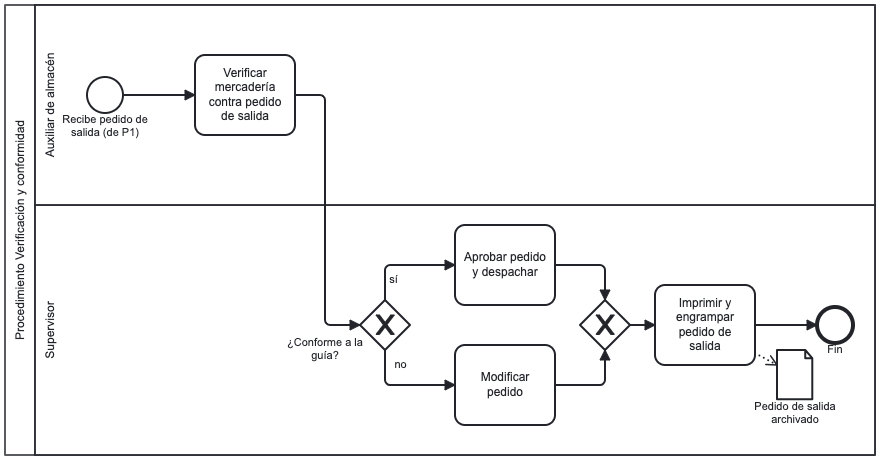
This is docs/entregable_3/imagenes/des_p2_verificacion.png from DGO2022/procesos-cologistic, a BPMN export, as it was before one commit. Its source is kept beside it as macro-operativos/despacho/des_p2_verificacion.bpmn. Ids are renumbered.
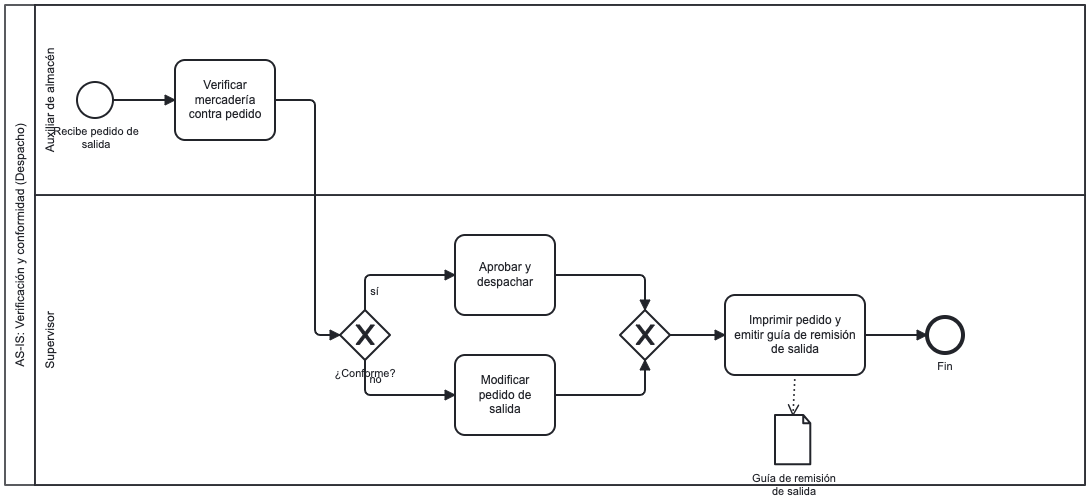
The same diagram one commit later.

Diff of the diagram source:
```diff
@@ -1,173 +1,176 @@
-<bpmn:definitions xmlns:bpmn="http://www.omg.org/spec/BPMN/20100524/MODEL" xmlns:bpmndi="http://www.omg.org/spec/BPMN/20100524/DI" xmlns:dc="http://www.omg.org/spec/DD/20100524/DC" xmlns:di="http://www.omg.org/spec/DD/20100524/DI" id="Definitions_1" targetNamespace="http://bpmn.io/schema/bpmn" exporter="Camunda Modeler" exporterVersion="5.22.0" xmlns:zeebe="http://camunda.org/schema/zeebe/1.0" modeler:executionPlatform="Camunda Cloud" modeler:executionPlatformVersion="8.9.0">
+<bpmn:definitions
+  xmlns:bpmn="http://www.omg.org/spec/BPMN/20100524/MODEL"
+
+  xmlns:bpmndi="http://www.omg.org/spec/BPMN/20100524/DI"
+
+  xmlns:dc="http://www.omg.org/spec/DD/20100524/DC"
+
+  xmlns:di="http://www.omg.org/spec/DD/20100524/DI"
+  id="Definitions_1" targetNamespace="http://bpmn.io/schema/bpmn"
+  exporter="Camunda Modeler" exporterVersion="5.22.0"
+  xmlns:zeebe="http://camunda.org/schema/zeebe/1.0" modeler:executionPlatform="Camunda Cloud" modeler:executionPlatformVersion="8.9.0">
   <bpmn:collaboration id="Collaboration_1">
-    <bpmn:participant id="Participant_1" name="Procedimiento Verificación y conformidad" processRef="Process_Despacho_Verificacion" />
+    <bpmn:participant id="Participant_1" name="AS-IS: Verificación y conformidad (Despacho)" processRef="Proc_des_p2" />
   </bpmn:collaboration>
-  <bpmn:process id="Process_Despacho_Verificacion" isExecutable="true">
-    <bpmn:documentation>Co Logistic SAC — Proceso: Despacho de mercadería
-Procedimiento 2: Verificación y conformidad
-Fuente: 2-Despacho.txt (fragmento "Lo demás es el mismo proceso. Si hay que modificar, se modifica... se despacha el sistema igual."), 10-Explicacion_de_reporte-adjuntar-a-guia.txt
-Elementos BPMN representados:
-  - Tarea de recepción (Receive Task, continúa de P1)
-  - Tareas (Task)
-  - Compuerta exclusiva (Exclusive Gateway / XOR) de conformidad
-  - Artefacto de datos / Data Object (pedido de salida + guía engrampados)
-  - Evento de fin (End Event)
-  - Pools/Lanes: Auxiliar de almacén, Supervisor
-Nota: misma estructura que Recepción P2; cambia únicamente la nomenclatura del documento (pedido de salida / P.S. en vez de pedido de ingreso)</bpmn:documentation>
+  <bpmn:process id="Proc_des_p2" isExecutable="true">
+    <bpmn:documentation>AS-IS — Despacho P2. Al final del proceso se emite la guía de remisión de salida para que el transportista pueda retirar la mercadería legalmente.</bpmn:documentation>
     <bpmn:laneSet id="LaneSet_1">
-      <bpmn:lane id="Lane_Auxiliar_Almacen" name="Auxiliar de almacén">
-        <bpmn:flowNodeRef>StartEvent_1</bpmn:flowNodeRef>
-        <bpmn:flowNodeRef>Task_1</bpmn:flowNodeRef>
+      <bpmn:lane id="LAux" name="Auxiliar de almacén">
+        <bpmn:flowNodeRef>Start_1</bpmn:flowNodeRef>
+        <bpmn:flowNodeRef>T1</bpmn:flowNodeRef>
       </bpmn:lane>
-      <bpmn:lane id="Lane_Supervisor" name="Supervisor">
-        <bpmn:flowNodeRef>Gateway_1</bpmn:flowNodeRef>
-        <bpmn:flowNodeRef>Gateway_n1</bpmn:flowNodeRef>
-        <bpmn:flowNodeRef>EndEvent_1</bpmn:flowNodeRef>
-        <bpmn:flowNodeRef>Task_4</bpmn:flowNodeRef>
-        <bpmn:flowNodeRef>Task_2</bpmn:flowNodeRef>
-        <bpmn:flowNodeRef>Task_3</bpmn:flowNodeRef>
+      <bpmn:lane id="LS" name="Supervisor">
+        <bpmn:flowNodeRef>GW1</bpmn:flowNodeRef>
+        <bpmn:flowNodeRef>T2</bpmn:flowNodeRef>
+        <bpmn:flowNodeRef>T3</bpmn:flowNodeRef>
+        <bpmn:flowNodeRef>GW_join</bpmn:flowNodeRef>
+        <bpmn:flowNodeRef>T4</bpmn:flowNodeRef>
+        <bpmn:flowNodeRef>End_1</bpmn:flowNodeRef>
       </bpmn:lane>
     </bpmn:laneSet>
-    <bpmn:startEvent id="StartEvent_1" name="Recibe pedido de salida (de P1)">
-      <bpmn:outgoing>Flow_1</bpmn:outgoing>
+    <bpmn:dataObject id="DO_guia_sal" name="Guía de remisión de salida"/>
+    <bpmn:dataObjectReference id="DOR_guia_sal" name="Guía de remisión de salida" dataObjectRef="DO_guia_sal"/>
+    <bpmn:startEvent id="Start_1" name="Recibe pedido de salida">
+      <bpmn:outgoing>F1</bpmn:outgoing>
     </bpmn:startEvent>
-    <bpmn:task id="Task_1" name="Verificar mercadería contra pedido de salida">
-      <bpmn:incoming>Flow_1</bpmn:incoming>
-      <bpmn:outgoing>Flow_2</bpmn:outgoing>
+    <bpmn:task id="T1" name="Verificar mercadería contra pedido">
+      <bpmn:incoming>F1</bpmn:incoming>
+      <bpmn:outgoing>F2</bpmn:outgoing>
     </bpmn:task>
-    <bpmn:exclusiveGateway id="Gateway_1" name="¿Conforme a la guía?">
-      <bpmn:incoming>Flow_2</bpmn:incoming>
-      <bpmn:outgoing>Flow_3_si</bpmn:outgoing>
-      <bpmn:outgoing>Flow_4_no</bpmn:outgoing>
+    <bpmn:exclusiveGateway id="GW1" name="¿Conforme?">
+      <bpmn:incoming>F2</bpmn:incoming>
+      <bpmn:outgoing>F3_si</bpmn:outgoing>
+      <bpmn:outgoing>F4_no</bpmn:outgoing>
     </bpmn:exclusiveGateway>
-    <bpmn:sequenceFlow id="Flow_1" sourceRef="StartEvent_1" targetRef="Task_1" />
-    <bpmn:sequenceFlow id="Flow_2" sourceRef="Task_1" targetRef="Gateway_1" />
-    <bpmn:sequenceFlow id="Flow_3_si" name="sí" sourceRef="Gateway_1" targetRef="Task_2" />
-    <bpmn:sequenceFlow id="Flow_4_no" name="no" sourceRef="Gateway_1" targetRef="Task_3" />
-    <bpmn:sequenceFlow id="Flow_5" sourceRef="Task_2" targetRef="Gateway_n1" />
-    <bpmn:exclusiveGateway id="Gateway_n1">
-      <bpmn:incoming>Flow_5</bpmn:incoming>
-      <bpmn:incoming>Flow_n2</bpmn:incoming>
-      <bpmn:outgoing>Flow_n3</bpmn:outgoing>
+    <bpmn:task id="T2" name="Aprobar y despachar">
+      <bpmn:incoming>F3_si</bpmn:incoming>
+      <bpmn:outgoing>F5</bpmn:outgoing>
+    </bpmn:task>
+    <bpmn:task id="T3" name="Modificar pedido de salida">
+      <bpmn:incoming>F4_no</bpmn:incoming>
+      <bpmn:outgoing>F6</bpmn:outgoing>
+    </bpmn:task>
+    <bpmn:exclusiveGateway id="GW_join">
+      <bpmn:incoming>F5</bpmn:incoming>
+      <bpmn:incoming>F6</bpmn:incoming>
+      <bpmn:outgoing>F7</bpmn:outgoing>
     </bpmn:exclusiveGateway>
-    <bpmn:sequenceFlow id="Flow_n2" sourceRef="Task_3" targetRef="Gateway_n1" />
-    <bpmn:sequenceFlow id="Flow_n3" sourceRef="Gateway_n1" targetRef="Task_4" />
-    <bpmn:endEvent id="EndEvent_1" name="Fin">
-      <bpmn:incoming>Flow_7</bpmn:incoming>
-    </bpmn:endEvent>
-    <bpmn:task id="Task_4" name="Imprimir y engrampar pedido de salida">
-      <bpmn:incoming>Flow_n3</bpmn:incoming>
-      <bpmn:outgoing>Flow_7</bpmn:outgoing>
-      <bpmn:dataOutputAssociation id="DataOutputAssociation_1">
-        <bpmn:targetRef>DataObjectReference_1</bpmn:targetRef>
+    <bpmn:task id="T4" name="Imprimir pedido y emitir guía de remisión de salida">
+      <bpmn:incoming>F7</bpmn:incoming>
+      <bpmn:outgoing>F8</bpmn:outgoing>
+      <bpmn:dataOutputAssociation id="DOA_sal">
+        <bpmn:targetRef>DOR_guia_sal</bpmn:targetRef>
       </bpmn:dataOutputAssociation>
     </bpmn:task>
-    <bpmn:dataObjectReference id="DataObjectReference_1" name="Pedido de salida archivado" dataObjectRef="DataObject_1" />
-    <bpmn:dataObject id="DataObject_1" />
-    <bpmn:sequenceFlow id="Flow_7" sourceRef="Task_4" targetRef="EndEvent_1" />
-    <bpmn:task id="Task_2" name="Aprobar pedido y despachar">
-      <bpmn:incoming>Flow_3_si</bpmn:incoming>
-      <bpmn:outgoing>Flow_5</bpmn:outgoing>
-    </bpmn:task>
-    <bpmn:task id="Task_3" name="Modificar pedido">
-      <bpmn:incoming>Flow_4_no</bpmn:incoming>
-      <bpmn:outgoing>Flow_n2</bpmn:outgoing>
-    </bpmn:task>
+    <bpmn:endEvent id="End_1" name="Fin">
+      <bpmn:incoming>F8</bpmn:incoming>
+    </bpmn:endEvent>
+    <bpmn:sequenceFlow id="F1" sourceRef="Start_1" targetRef="T1"/>
+    <bpmn:sequenceFlow id="F2" sourceRef="T1" targetRef="GW1"/>
+    <bpmn:sequenceFlow id="F3_si" name="sí" sourceRef="GW1" targetRef="T2"/>
+    <bpmn:sequenceFlow id="F4_no" name="no" sourceRef="GW1" targetRef="T3"/>
+    <bpmn:sequenceFlow id="F5" sourceRef="T2" targetRef="GW_join"/>
+    <bpmn:sequenceFlow id="F6" sourceRef="T3" targetRef="GW_join"/>
+    <bpmn:sequenceFlow id="F7" sourceRef="GW_join" targetRef="T4"/>
+    <bpmn:sequenceFlow id="F8" sourceRef="T4" targetRef="End_1"/>
   </bpmn:process>
   <bpmndi:BPMNDiagram id="BPMNDiagram_1">
     <bpmndi:BPMNPlane id="BPMNPlane_1" bpmnElement="Collaboration_1">
-      <bpmndi:BPMNShape id="Participant_1_di" bpmnElement="Participant_1" isHorizontal="true">
-        <dc:Bounds x="130" y="80" width="870" height="450" />
+      <bpmndi:BPMNShape id="P_di" bpmnElement="Participant_1" isHorizontal="true">
+        <dc:Bounds x="130" y="80" width="1080" height="480"/>
       </bpmndi:BPMNShape>
-      <bpmndi:BPMNShape id="Lane_Supervisor_di" bpmnElement="Lane_Supervisor" isHorizontal="true">
-        <dc:Bounds x="160" y="280" width="840" height="250" />
+      <bpmndi:BPMNShape id="LAux_di" bpmnElement="LAux" isHorizontal="true">
+        <dc:Bounds x="160" y="80" width="1050" height="190"/>
       </bpmndi:BPMNShape>
-      <bpmndi:BPMNShape id="Lane_Auxiliar_Almacen_di" bpmnElement="Lane_Auxiliar_Almacen" isHorizontal="true">
-        <dc:Bounds x="160" y="80" width="840" height="200" />
+      <bpmndi:BPMNShape id="LS_di" bpmnElement="LS" isHorizontal="true">
+        <dc:Bounds x="160" y="270" width="1050" height="290"/>
       </bpmndi:BPMNShape>
-      <bpmndi:BPMNShape id="StartEvent_1_di" bpmnElement="StartEvent_1">
-        <dc:Bounds x="212" y="152" width="36" height="36" />
-      </bpmndi:BPMNShape>
-      <bpmndi:BPMNShape id="Task_1_di" bpmnElement="Task_1">
-        <dc:Bounds x="320" y="130" width="100" height="80" />
-      </bpmndi:BPMNShape>
-      <bpmndi:BPMNShape id="Gateway_1_di" bpmnElement="Gateway_1" isMarkerVisible="true">
-        <dc:Bounds x="485" y="375" width="50" height="50" />
+      <bpmndi:BPMNShape id="Start_di" bpmnElement="Start_1">
+        <dc:Bounds x="202" y="157" width="36" height="36"/>
         <bpmndi:BPMNLabel>
-          <dc:Bounds x="412" y="411" width="76" height="27" />
+          <dc:Bounds x="180" y="200" width="82" height="27"/>
         </bpmndi:BPMNLabel>
       </bpmndi:BPMNShape>
-      <bpmndi:BPMNShape id="Gateway_n1_di" bpmnElement="Gateway_n1" isMarkerVisible="true">
-        <dc:Bounds x="705" y="375" width="50" height="50" />
+      <bpmndi:BPMNShape id="T1_di" bpmnElement="T1">
+        <dc:Bounds x="300" y="135" width="100" height="80"/>
       </bpmndi:BPMNShape>
-      <bpmndi:BPMNShape id="EndEvent_1_di" bpmnElement="EndEvent_1">
-        <dc:Bounds x="942" y="382" width="36" height="36" />
+      <bpmndi:BPMNShape id="GW1_di" bpmnElement="GW1" isMarkerVisible="true">
+        <dc:Bounds x="465" y="385" width="50" height="50"/>
         <bpmndi:BPMNLabel>
-          <dc:Bounds x="952" y="418" width="16" height="14" />
+          <dc:Bounds x="452" y="442" width="76" height="14"/>
         </bpmndi:BPMNLabel>
       </bpmndi:BPMNShape>
-      <bpmndi:BPMNShape id="Task_4_di" bpmnElement="Task_4">
-        <dc:Bounds x="780" y="360" width="100" height="80" />
+      <bpmndi:BPMNShape id="T2_di" bpmnElement="T2">
+        <dc:Bounds x="580" y="310" width="100" height="80"/>
       </bpmndi:BPMNShape>
-      <bpmndi:BPMNShape id="DataObjectReference_1_di" bpmnElement="DataObjectReference_1">
-        <dc:Bounds x="902" y="425" width="36" height="50" />
+      <bpmndi:BPMNShape id="T3_di" bpmnElement="T3">
+        <dc:Bounds x="580" y="430" width="100" height="80"/>
+      </bpmndi:BPMNShape>
+      <bpmndi:BPMNShape id="GW_join_di" bpmnElement="GW_join" isMarkerVisible="true">
+        <dc:Bounds x="745" y="385" width="50" height="50"/>
+      </bpmndi:BPMNShape>
+      <bpmndi:BPMNShape id="T4_di" bpmnElement="T4">
+        <dc:Bounds x="850" y="370" width="140" height="80"/>
+      </bpmndi:BPMNShape>
+      <bpmndi:BPMNShape id="DOR_guia_sal_di" bpmnElement="DOR_guia_sal">
+        <dc:Bounds x="900" y="490" width="36" height="50"/>
         <bpmndi:BPMNLabel>
-          <dc:Bounds x="879" y="475" width="82" height="53" />
+          <dc:Bounds x="870" y="547" width="98" height="27"/>
         </bpmndi:BPMNLabel>
       </bpmndi:BPMNShape>
-      <bpmndi:BPMNShape id="Task_2_di" bpmnElement="Task_2">
-        <dc:Bounds x="580" y="300" width="100" height="80" />
+      <bpmndi:BPMNShape id="End_di" bpmnElement="End_1">
+        <dc:Bounds x="1052" y="392" width="36" height="36"/>
+        <bpmndi:BPMNLabel>
+          <dc:Bounds x="1062" y="435" width="16" height="14"/>
+        </bpmndi:BPMNLabel>
       </bpmndi:BPMNShape>
-      <bpmndi:BPMNShape id="Task_3_di" bpmnElement="Task_3">
-        <dc:Bounds x="580" y="420" width="100" height="80" />
-      </bpmndi:BPMNShape>
-      <bpmndi:BPMNEdge id="Flow_1_di" bpmnElement="Flow_1">
-        <di:waypoint x="248" y="170" />
-        <di:waypoint x="320" y="170" />
+      <bpmndi:BPMNEdge id="F1_di" bpmnElement="F1">
+        <di:waypoint x="238" y="175"/>
+        <di:waypoint x="300" y="175"/>
       </bpmndi:BPMNEdge>
-      <bpmndi:BPMNEdge id="Flow_2_di" bpmnElement="Flow_2">
-        <di:waypoint x="420" y="170" />
-        <di:waypoint x="450" y="170" />
-        <di:waypoint x="450" y="400" />
-        <di:waypoint x="485" y="400" />
+      <bpmndi:BPMNEdge id="F2_di" bpmnElement="F2">
+        <di:waypoint x="400" y="175"/>
+        <di:waypoint x="440" y="175"/>
+        <di:waypoint x="440" y="410"/>
+        <di:waypoint x="465" y="410"/>
       </bpmndi:BPMNEdge>
-      <bpmndi:BPMNEdge id="Flow_3_si_di" bpmnElement="Flow_3_si">
-        <di:waypoint x="510" y="375" />
-        <di:waypoint x="510" y="340" />
-        <di:waypoint x="580" y="340" />
+      <bpmndi:BPMNEdge id="F3_si_di" bpmnElement="F3_si">
+        <di:waypoint x="490" y="385"/>
+        <di:waypoint x="490" y="350"/>
+        <di:waypoint x="580" y="350"/>
         <bpmndi:BPMNLabel>
-          <dc:Bounds x="514" y="348" width="9" height="14" />
+          <dc:Bounds x="494" y="360" width="11" height="14"/>
         </bpmndi:BPMNLabel>
       </bpmndi:BPMNEdge>
-      <bpmndi:BPMNEdge id="Flow_4_no_di" bpmnElement="Flow_4_no">
-        <di:waypoint x="510" y="425" />
-        <di:waypoint x="510" y="460" />
-        <di:waypoint x="580" y="460" />
+      <bpmndi:BPMNEdge id="F4_no_di" bpmnElement="F4_no">
+        <di:waypoint x="490" y="435"/>
+        <di:waypoint x="490" y="470"/>
+        <di:waypoint x="580" y="470"/>
         <bpmndi:BPMNLabel>
-          <dc:Bounds x="519" y="433" width="13" height="14" />
+          <dc:Bounds x="494" y="448" width="13" height="14"/>
         </bpmndi:BPMNLabel>
       </bpmndi:BPMNEdge>
-      <bpmndi:BPMNEdge id="Flow_5_di" bpmnElement="Flow_5">
-        <di:waypoint x="680" y="340" />
-        <di:waypoint x="730" y="340" />
-        <di:waypoint x="730" y="375" />
+      <bpmndi:BPMNEdge id="F5_di" bpmnElement="F5">
+        <di:waypoint x="680" y="350"/>
+        <di:waypoint x="770" y="350"/>
+        <di:waypoint x="770" y="385"/>
       </bpmndi:BPMNEdge>
-      <bpmndi:BPMNEdge id="Flow_n2_di" bpmnElement="Flow_n2">
-        <di:waypoint x="680" y="460" />
-        <di:waypoint x="730" y="460" />
-        <di:waypoint x="730" y="425" />
+      <bpmndi:BPMNEdge id="F6_di" bpmnElement="F6">
+        <di:waypoint x="680" y="470"/>
+        <di:waypoint x="770" y="470"/>
+        <di:waypoint x="770" y="435"/>
       </bpmndi:BPMNEdge>
-      <bpmndi:BPMNEdge id="Flow_n3_di" bpmnElement="Flow_n3">
-        <di:waypoint x="755" y="400" />
-        <di:waypoint x="780" y="400" />
+      <bpmndi:BPMNEdge id="F7_di" bpmnElement="F7">
+        <di:waypoint x="795" y="410"/>
+        <di:waypoint x="850" y="410"/>
       </bpmndi:BPMNEdge>
-      <bpmndi:BPMNEdge id="Flow_7_di" bpmnElement="Flow_7">
-        <di:waypoint x="880" y="400" />
-        <di:waypoint x="942" y="400" />
+      <bpmndi:BPMNEdge id="DOA_sal_di" bpmnElement="DOA_sal">
+        <di:waypoint x="920" y="450"/>
+        <di:waypoint x="918" y="490"/>
       </bpmndi:BPMNEdge>
-      <bpmndi:BPMNEdge id="DataOutputAssociation_1_di" bpmnElement="DataOutputAssociation_1">
-        <di:waypoint x="880" y="428" />
-        <di:waypoint x="902" y="440" />
+      <bpmndi:BPMNEdge id="F8_di" bpmnElement="F8">
+        <di:waypoint x="990" y="410"/>
+        <di:waypoint x="1052" y="410"/>
       </bpmndi:BPMNEdge>
     </bpmndi:BPMNPlane>
   </bpmndi:BPMNDiagram>
```
